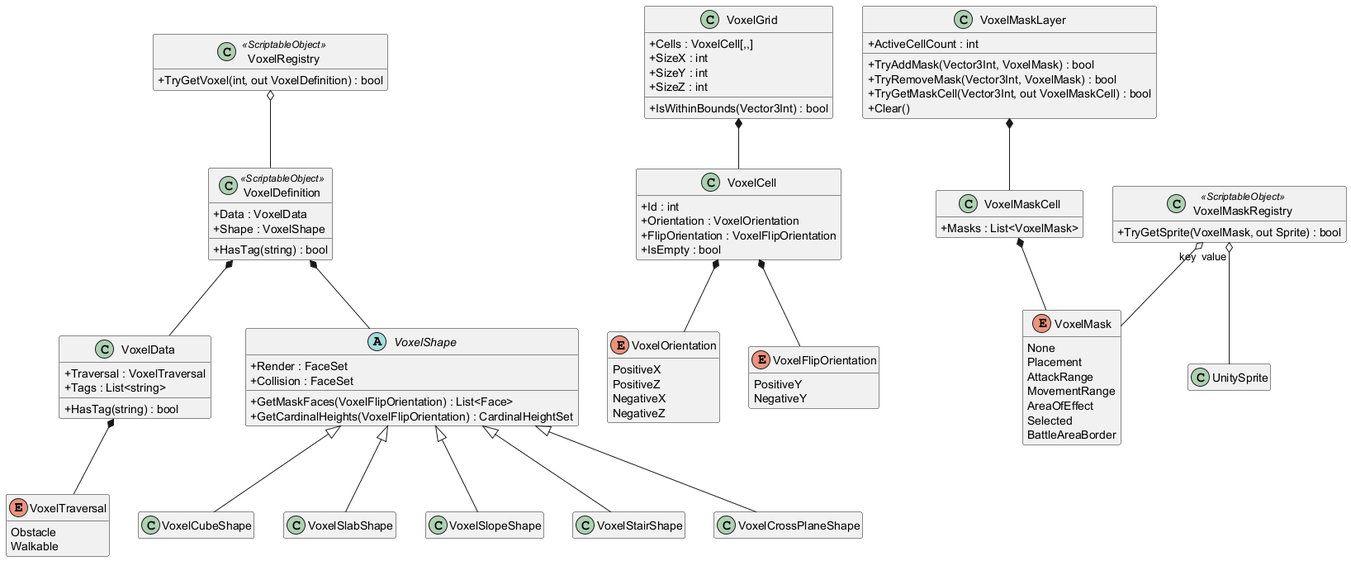
Earlier version of the PlantUML export Architecture/diagrams/Voxel System.png (EreliaStudio/Erelia). Source of this version:
```plantuml
@startuml Voxel System

skinparam classAttributeIconSize 0
hide empty members

enum VoxelTraversal {
	Obstacle
	Walkable
}

enum VoxelOrientation {
	PositiveX
	PositiveZ
	NegativeX
	NegativeZ
}

enum VoxelFlipOrientation {
	PositiveY
	NegativeY
}

enum VoxelMask {
	None
	Placement
	AttackRange
	MovementRange
	AreaOfEffect
	Selected
	BattleAreaBorder
}

class VoxelCell {
  +Id : int
  +Orientation : VoxelOrientation
  +FlipOrientation : VoxelFlipOrientation
  +IsEmpty : bool
}

class VoxelData {
  +Traversal : VoxelTraversal
  +Tags : List<string>
  +HasTag(string) : bool
}

class VoxelDefinition <<ScriptableObject>> {
  +Data : VoxelData
  +Shape : VoxelShape
  +HasTag(string) : bool
}

abstract class VoxelShape {
  +Render : FaceSet
  +Collision : FaceSet
  +GetMaskFaces(VoxelFlipOrientation) : List<Face>
  +GetCardinalHeights(VoxelFlipOrientation) : CardinalHeightSet
}

class VoxelCubeShape
class VoxelSlabShape
class VoxelSlopeShape
class VoxelStairShape
class VoxelCrossPlaneShape

class VoxelGrid {
  +Cells : VoxelCell[,,]
  +SizeX : int
  +SizeY : int
  +SizeZ : int
  +IsWithinBounds(Vector3Int) : bool
}

class VoxelRegistry <<ScriptableObject>> {
  +TryGetVoxel(int, out VoxelDefinition) : bool
}

class VoxelMaskRegistry <<ScriptableObject>> {
  +TryGetSprite(VoxelMask, out Sprite) : bool
}

class UnitySprite {}

class VoxelMaskCell {
  +Masks : List<VoxelMask>
}

class VoxelMaskLayer {
  +ActiveCellCount : int
  +TryAddMask(Vector3Int, VoxelMask) : bool
  +TryRemoveMask(Vector3Int, VoxelMask) : bool
  +TryGetMaskCell(Vector3Int, out VoxelMaskCell) : bool
  +Clear()
}

VoxelShape <|-- VoxelCubeShape
VoxelShape <|-- VoxelSlabShape
VoxelShape <|-- VoxelSlopeShape
VoxelShape <|-- VoxelStairShape
VoxelShape <|-- VoxelCrossPlaneShape

VoxelCell *-- VoxelOrientation
VoxelCell *-- VoxelFlipOrientation
VoxelData *-- VoxelTraversal
VoxelDefinition *-- VoxelData
VoxelDefinition *-- VoxelShape
VoxelGrid *-- VoxelCell
VoxelRegistry o-- VoxelDefinition
VoxelMaskLayer *-- VoxelMaskCell
VoxelMaskCell *-- VoxelMask
VoxelMaskRegistry "key" o-- VoxelMask
VoxelMaskRegistry "value" o-- UnitySprite

@enduml
```
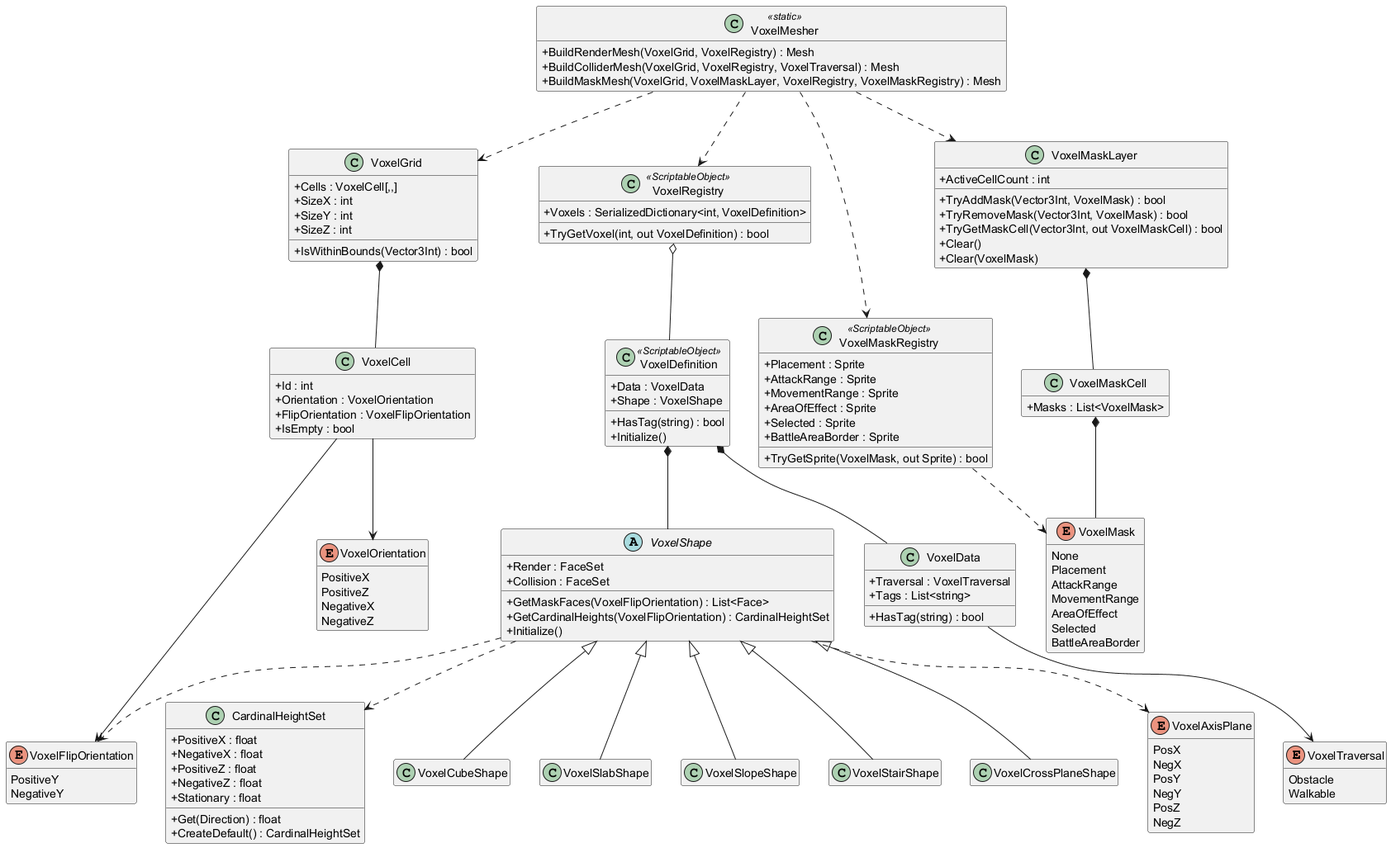
The same file after the commit.

What changed in the source:
```diff
@@ -1,33 +1,43 @@
 @startuml Voxel System
 
 skinparam classAttributeIconSize 0
+skinparam shadowing false
 hide empty members
 
 enum VoxelTraversal {
-	Obstacle
-	Walkable
+  Obstacle
+  Walkable
 }
 
 enum VoxelOrientation {
-	PositiveX
-	PositiveZ
-	NegativeX
-	NegativeZ
+  PositiveX
+  PositiveZ
+  NegativeX
+  NegativeZ
 }
 
 enum VoxelFlipOrientation {
-	PositiveY
-	NegativeY
+  PositiveY
+  NegativeY
+}
+
+enum VoxelAxisPlane {
+  PosX
+  NegX
+  PosY
+  NegY
+  PosZ
+  NegZ
 }
 
 enum VoxelMask {
-	None
-	Placement
-	AttackRange
-	MovementRange
-	AreaOfEffect
-	Selected
-	BattleAreaBorder
+  None
+  Placement
+  AttackRange
+  MovementRange
+  AreaOfEffect
+  Selected
+  BattleAreaBorder
 }
 
 class VoxelCell {
@@ -47,6 +57,7 @@
   +Data : VoxelData
   +Shape : VoxelShape
   +HasTag(string) : bool
+  +Initialize()
 }
 
 abstract class VoxelShape {
@@ -54,6 +65,17 @@
   +Collision : FaceSet
   +GetMaskFaces(VoxelFlipOrientation) : List<Face>
   +GetCardinalHeights(VoxelFlipOrientation) : CardinalHeightSet
+  +Initialize()
+}
+
+class CardinalHeightSet {
+  +PositiveX : float
+  +NegativeX : float
+  +PositiveZ : float
+  +NegativeZ : float
+  +Stationary : float
+  +Get(Direction) : float
+  +CreateDefault() : CardinalHeightSet
 }
 
 class VoxelCubeShape
@@ -71,14 +93,19 @@
 }
 
 class VoxelRegistry <<ScriptableObject>> {
+  +Voxels : SerializedDictionary<int, VoxelDefinition>
   +TryGetVoxel(int, out VoxelDefinition) : bool
 }
 
 class VoxelMaskRegistry <<ScriptableObject>> {
+  +Placement : Sprite
+  +AttackRange : Sprite
+  +MovementRange : Sprite
+  +AreaOfEffect : Sprite
+  +Selected : Sprite
+  +BattleAreaBorder : Sprite
   +TryGetSprite(VoxelMask, out Sprite) : bool
 }
-
-class UnitySprite {}
 
 class VoxelMaskCell {
   +Masks : List<VoxelMask>
@@ -90,6 +117,13 @@
   +TryRemoveMask(Vector3Int, VoxelMask) : bool
   +TryGetMaskCell(Vector3Int, out VoxelMaskCell) : bool
   +Clear()
+  +Clear(VoxelMask)
+}
+
+class VoxelMesher <<static>> {
+  +BuildRenderMesh(VoxelGrid, VoxelRegistry) : Mesh
+  +BuildColliderMesh(VoxelGrid, VoxelRegistry, VoxelTraversal) : Mesh
+  +BuildMaskMesh(VoxelGrid, VoxelMaskLayer, VoxelRegistry, VoxelMaskRegistry) : Mesh
 }
 
 VoxelShape <|-- VoxelCubeShape
@@ -98,16 +132,22 @@
 VoxelShape <|-- VoxelStairShape
 VoxelShape <|-- VoxelCrossPlaneShape
 
-VoxelCell *-- VoxelOrientation
-VoxelCell *-- VoxelFlipOrientation
-VoxelData *-- VoxelTraversal
+VoxelCell --> VoxelOrientation
+VoxelCell --> VoxelFlipOrientation
+VoxelData --> VoxelTraversal
 VoxelDefinition *-- VoxelData
 VoxelDefinition *-- VoxelShape
+VoxelShape ..> VoxelAxisPlane
+VoxelShape ..> VoxelFlipOrientation
+VoxelShape ..> CardinalHeightSet
 VoxelGrid *-- VoxelCell
 VoxelRegistry o-- VoxelDefinition
 VoxelMaskLayer *-- VoxelMaskCell
 VoxelMaskCell *-- VoxelMask
-VoxelMaskRegistry "key" o-- VoxelMask
-VoxelMaskRegistry "value" o-- UnitySprite
+VoxelMaskRegistry ..> VoxelMask
+VoxelMesher ..> VoxelGrid
+VoxelMesher ..> VoxelRegistry
+VoxelMesher ..> VoxelMaskLayer
+VoxelMesher ..> VoxelMaskRegistry
 
 @enduml
```
